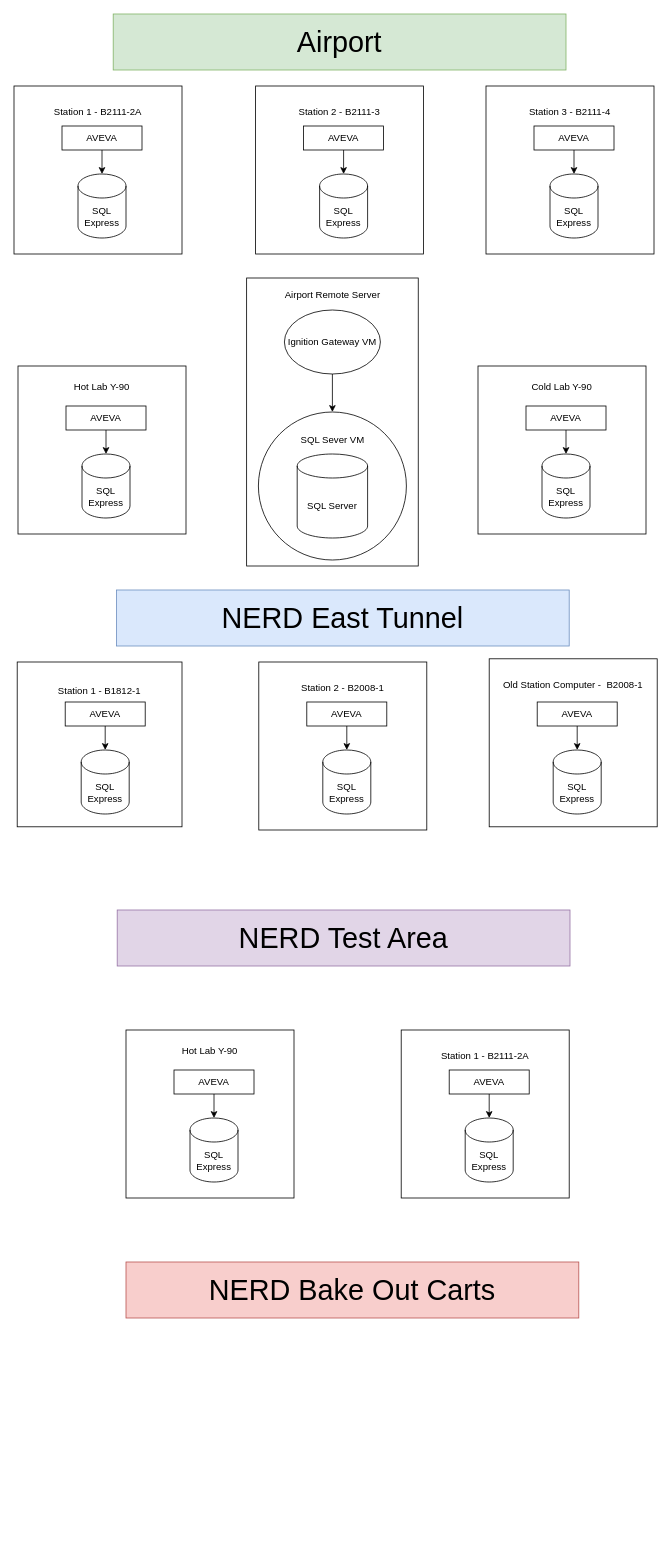
The draw.io diagram DBLayout.drawio in houleyemballo/Work, before the edit. Source tidied: cells renumbered, new cells numbered last; positions are measured from the earlier drawing's top-left corner, leaving out a move shared by most shapes. Both pictures are drawn from the tidied source at 80%, with x=0, y=0 at pixel (14, 14).
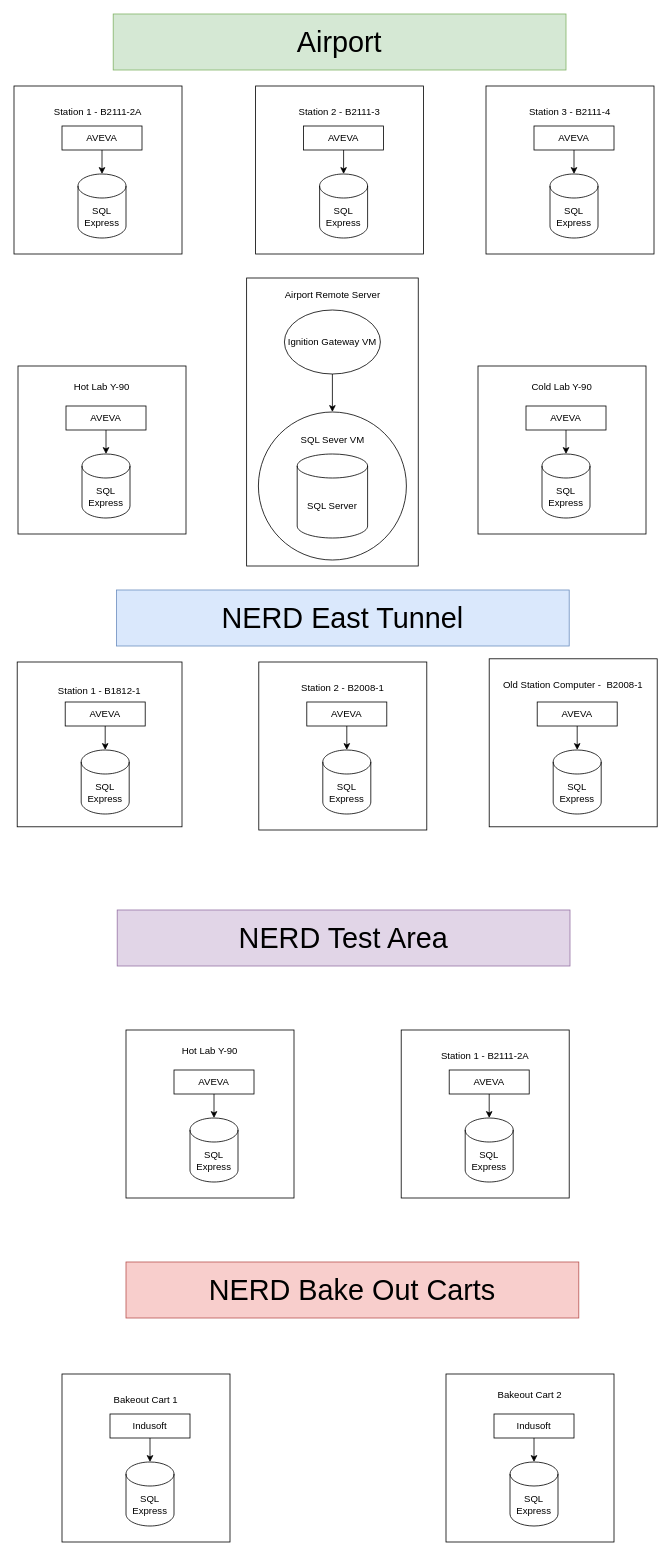
The same page after the edit.

Change to the diagram source:
```diff
@@
+    <mxCell id="51" value="&lt;div&gt;Bakeout Cart 1&lt;/div&gt;&lt;div&gt;&lt;br&gt;&lt;/div&gt;&lt;div&gt;&lt;br&gt;&lt;/div&gt;&lt;div&gt;&lt;br&gt;&lt;/div&gt;&lt;div&gt;&lt;br&gt;&lt;/div&gt;&lt;div&gt;&lt;br&gt;&lt;/div&gt;&lt;div&gt;&lt;br&gt;&lt;/div&gt;&lt;div&gt;&lt;br&gt;&lt;/div&gt;&lt;div&gt;&lt;br&gt;&lt;/div&gt;&lt;div&gt;&lt;br&gt;&lt;/div&gt;&lt;div&gt;&lt;br&gt;&lt;/div&gt;" style="whiteSpace=wrap;html=1;" parent="1" vertex="1">
+      <mxGeometry x="60" y="1700" width="210" height="210" as="geometry" />
+    </mxCell>
+    <mxCell id="52" value="Indusoft" style="rounded=0;whiteSpace=wrap;html=1;" parent="1" vertex="1">
+      <mxGeometry x="120" y="1750" width="100" height="30" as="geometry" />
+    </mxCell>
+    <mxCell id="53" style="endArrow=classic;html=1;rounded=0;exitX=0.5;exitY=1;exitDx=0;exitDy=0;" parent="1" edge="1" source="52" target="54">
+      <mxGeometry relative="1" as="geometry" />
+    </mxCell>
+    <mxCell id="54" value="SQL Express" style="shape=cylinder3;whiteSpace=wrap;html=1;boundedLbl=1;backgroundOutline=1;size=15;" parent="1" vertex="1">
+      <mxGeometry x="140" y="1810" width="60" height="80" as="geometry" />
+    </mxCell>
+    <mxCell id="55" value="Bakeout Cart 2&lt;div&gt;&lt;br&gt;&lt;/div&gt;&lt;div&gt;&lt;br&gt;&lt;/div&gt;&lt;div&gt;&lt;br&gt;&lt;/div&gt;&lt;div&gt;&lt;br&gt;&lt;/div&gt;&lt;div&gt;&lt;br&gt;&lt;/div&gt;&lt;div&gt;&lt;br&gt;&lt;/div&gt;&lt;div&gt;&lt;br&gt;&lt;/div&gt;&lt;div&gt;&lt;br&gt;&lt;/div&gt;&lt;div&gt;&lt;br&gt;&lt;/div&gt;&lt;div&gt;&lt;br&gt;&lt;/div&gt;&lt;div&gt;&lt;br&gt;&lt;/div&gt;" style="whiteSpace=wrap;html=1;" parent="1" vertex="1">
+      <mxGeometry x="540" y="1700" width="210" height="210" as="geometry" />
+    </mxCell>
+    <mxCell id="56" value="Indusoft" style="rounded=0;whiteSpace=wrap;html=1;" parent="1" vertex="1">
+      <mxGeometry x="600" y="1750" width="100" height="30" as="geometry" />
+    </mxCell>
+    <mxCell id="57" style="endArrow=classic;html=1;rounded=0;exitX=0.5;exitY=1;exitDx=0;exitDy=0;" parent="1" edge="1" source="56" target="58">
+      <mxGeometry relative="1" as="geometry" />
+    </mxCell>
+    <mxCell id="58" value="SQL Express" style="shape=cylinder3;whiteSpace=wrap;html=1;boundedLbl=1;backgroundOutline=1;size=15;" parent="1" vertex="1">
+      <mxGeometry x="620" y="1810" width="60" height="80" as="geometry" />
+    </mxCell>
```
